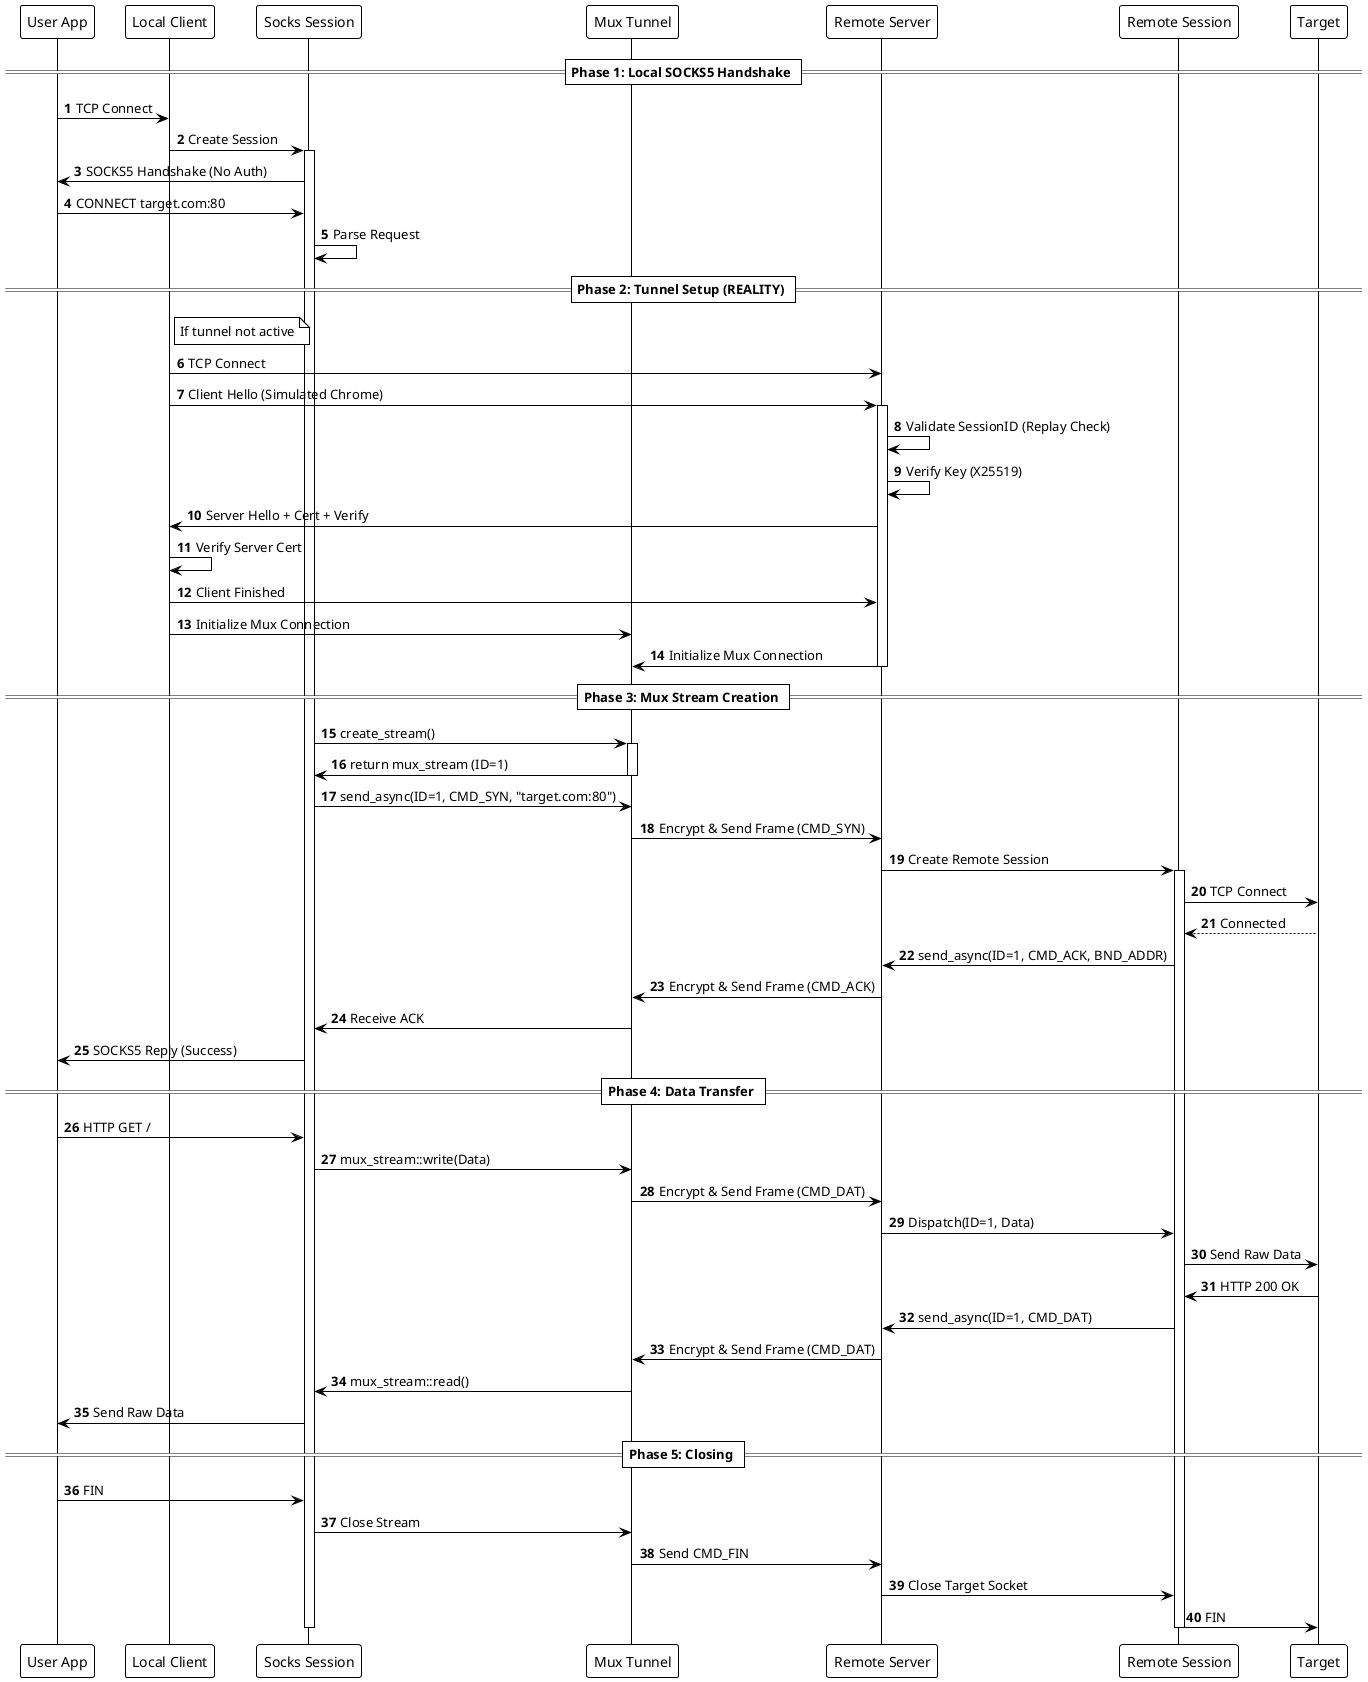
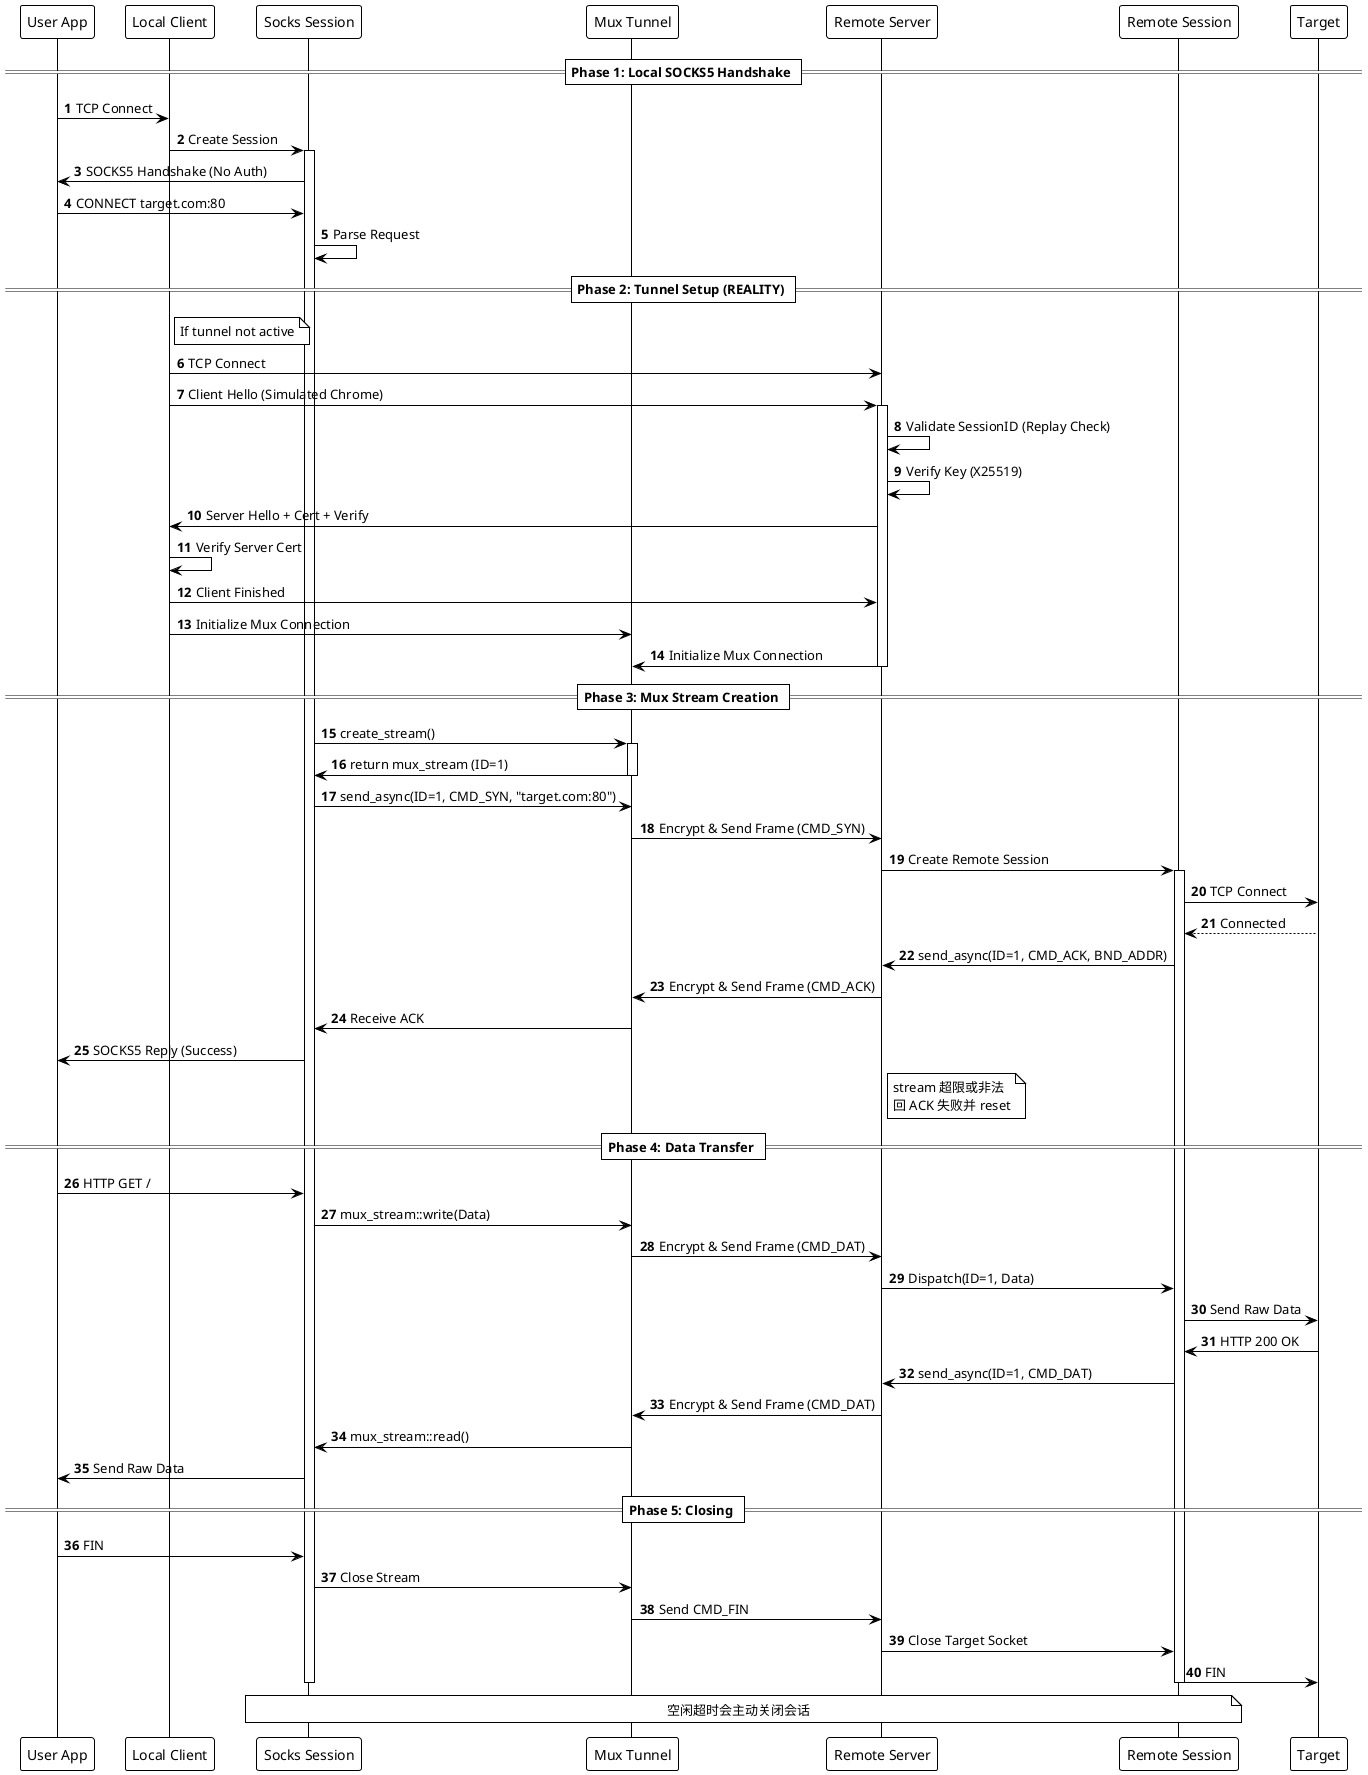
@startuml
!theme plain
autonumber

participant "User App" as App
participant "Local Client" as LocalClient
participant "Socks Session" as Socks
participant "Mux Tunnel" as Tunnel
participant "Remote Server" as Server
participant "Remote Session" as Remote
participant "Target" as Target

== Phase 1: Local SOCKS5 Handshake ==
App -> LocalClient: TCP Connect
LocalClient -> Socks: Create Session
activate Socks
Socks -> App: SOCKS5 Handshake (No Auth)
App -> Socks: CONNECT target.com:80
Socks -> Socks: Parse Request

== Phase 2: Tunnel Setup (REALITY) ==
note right of LocalClient: If tunnel not active
LocalClient -> Server: TCP Connect
LocalClient -> Server: Client Hello (Simulated Chrome)
activate Server
Server -> Server: Validate SessionID (Replay Check)
Server -> Server: Verify Key (X25519)
Server -> LocalClient: Server Hello + Cert + Verify
LocalClient -> LocalClient: Verify Server Cert
LocalClient -> Server: Client Finished
LocalClient -> Tunnel: Initialize Mux Connection
Server -> Tunnel: Initialize Mux Connection
deactivate Server

== Phase 3: Mux Stream Creation ==
Socks -> Tunnel: create_stream()
activate Tunnel
Tunnel -> Socks: return mux_stream (ID=1)
deactivate Tunnel

Socks -> Tunnel: send_async(ID=1, CMD_SYN, "target.com:80")
Tunnel -> Server: Encrypt & Send Frame (CMD_SYN)

Server -> Remote: Create Remote Session
activate Remote
Remote -> Target: TCP Connect
Target --> Remote: Connected
Remote -> Server: send_async(ID=1, CMD_ACK, BND_ADDR)
Server -> Tunnel: Encrypt & Send Frame (CMD_ACK)
Tunnel -> Socks: Receive ACK
Socks -> App: SOCKS5 Reply (Success)

+ note right of Server
+   stream 超限或非法
+   回 ACK 失败并 reset
+ end note
+ 
== Phase 4: Data Transfer ==
App -> Socks: HTTP GET /
Socks -> Tunnel: mux_stream::write(Data)
Tunnel -> Server: Encrypt & Send Frame (CMD_DAT)
Server -> Remote: Dispatch(ID=1, Data)
Remote -> Target: Send Raw Data

Target -> Remote: HTTP 200 OK
Remote -> Server: send_async(ID=1, CMD_DAT)
Server -> Tunnel: Encrypt & Send Frame (CMD_DAT)
Tunnel -> Socks: mux_stream::read()
Socks -> App: Send Raw Data

== Phase 5: Closing ==
App -> Socks: FIN
Socks -> Tunnel: Close Stream
Tunnel -> Server: Send CMD_FIN
Server -> Remote: Close Target Socket
Remote -> Target: FIN
deactivate Remote
deactivate Socks

+ note over Socks, Remote
+   空闲超时会主动关闭会话
+ end note
+ 
@enduml
